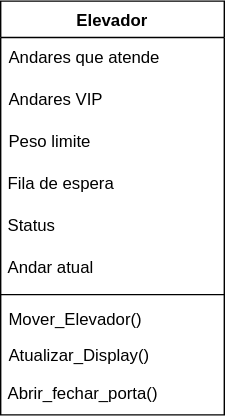
The draw.io diagram diagrama_classe.svg in wholocked1/Projeto-2-modelagem, before a commit. Source tidied: cells renumbered, new cells last; positions are measured from the earlier drawing's top-left corner, leaving out a move shared by most shapes.
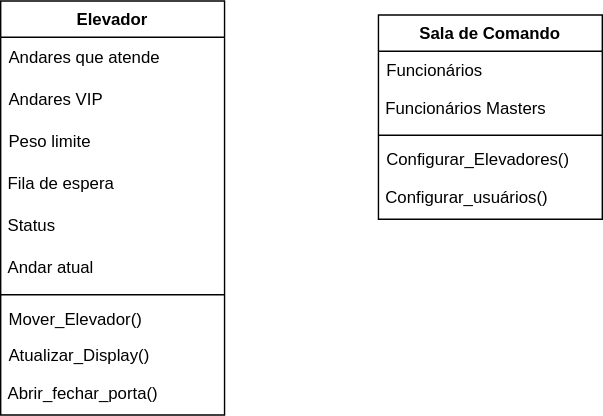
Above is the later version.

What changed in the source:
```diff
@@ -35,5 +35,23 @@
     <mxCell id="12" value="&amp;nbsp;Abrir_fechar_porta()" style="text;html=1;align=left;verticalAlign=middle;strokeColor=none;fillColor=none;" parent="2" vertex="1">
       <mxGeometry y="266" width="160" height="30" as="geometry" />
     </mxCell>
+    <mxCell id="13" value="Sala de Comando" style="swimlane;fontStyle=1;align=center;verticalAlign=top;horizontal=1;startSize=26;whiteSpace=wrap;html=1;" parent="1" vertex="1">
+      <mxGeometry x="270" y="10" width="160" height="146" as="geometry" />
+    </mxCell>
+    <mxCell id="14" value="Funcionários" style="text;strokeColor=none;fillColor=none;align=left;verticalAlign=top;spacingLeft=4;spacingRight=4;overflow=hidden;whiteSpace=wrap;html=1;" parent="13" vertex="1">
+      <mxGeometry y="26" width="160" height="26" as="geometry" />
+    </mxCell>
+    <mxCell id="15" value="&amp;nbsp;Funcionários Masters" style="text;html=1;align=left;verticalAlign=middle;strokeColor=none;fillColor=none;" parent="13" vertex="1">
+      <mxGeometry y="52" width="160" height="30" as="geometry" />
+    </mxCell>
+    <mxCell id="16" style="line;strokeWidth=1;fillColor=none;align=left;verticalAlign=middle;spacingTop=-1;spacingLeft=3;spacingRight=3;labelPosition=right;strokeColor=inherit;" parent="13" vertex="1">
+      <mxGeometry y="82" width="160" height="8" as="geometry" />
+    </mxCell>
+    <mxCell id="17" value="Configurar_Elevadores()" style="text;strokeColor=none;fillColor=none;align=left;verticalAlign=top;spacingLeft=4;spacingRight=4;overflow=hidden;whiteSpace=wrap;html=1;" parent="13" vertex="1">
+      <mxGeometry y="90" width="160" height="26" as="geometry" />
+    </mxCell>
+    <mxCell id="18" value="&amp;nbsp;Configurar_usuários()" style="text;html=1;align=left;verticalAlign=middle;strokeColor=none;fillColor=none;" parent="13" vertex="1">
+      <mxGeometry y="116" width="160" height="30" as="geometry" />
+    </mxCell>
   </root>
 </mxGraphModel>
```
